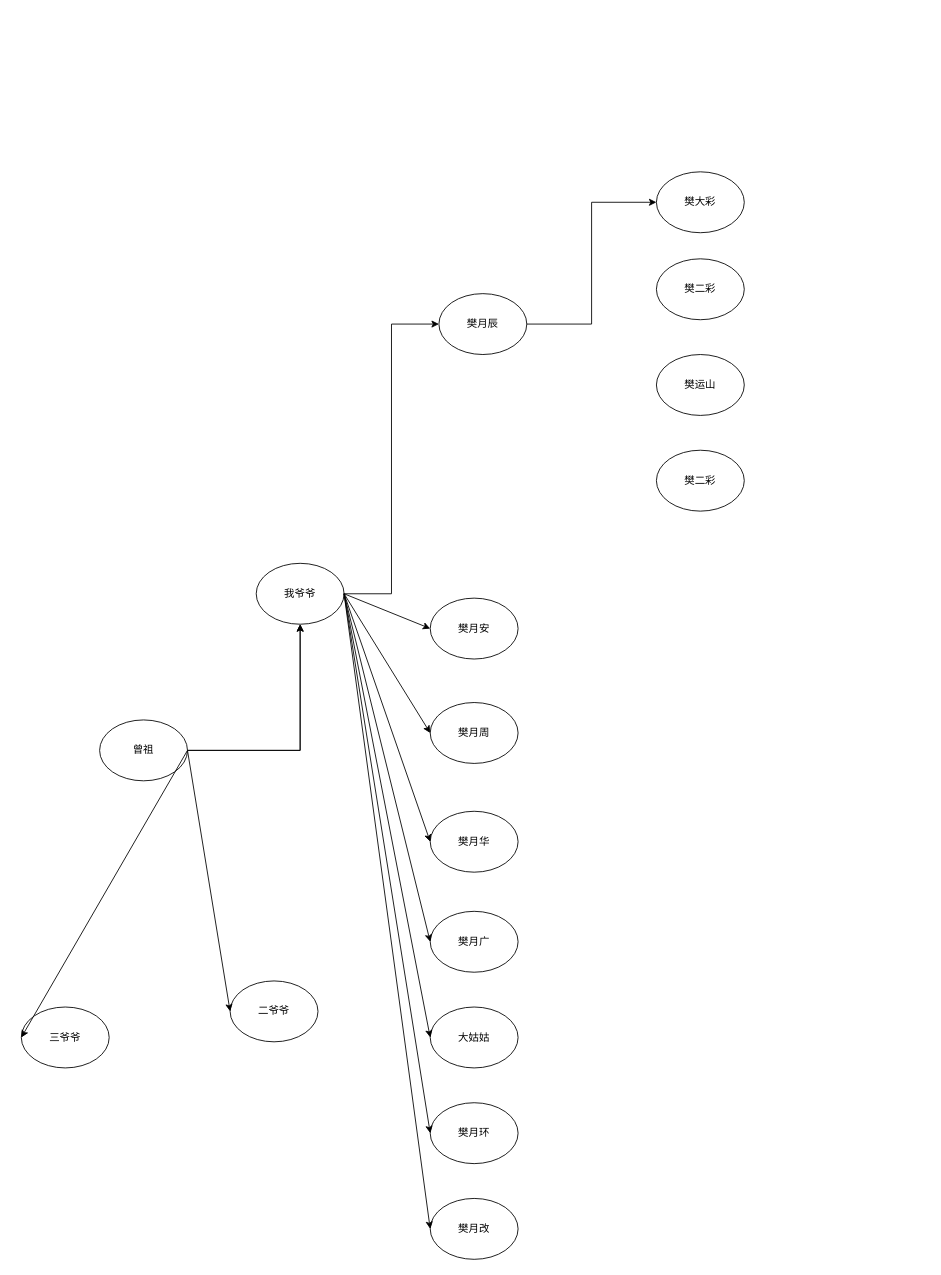
fanswm/draw-io keeps this draw.io diagram as 未命名绘图.drawio. Above is the earlier version. Source tidied: cells renumbered, new cells numbered last; positions are measured from the earlier drawing's top-left corner, leaving out a move shared by most shapes. Both pictures are drawn from the tidied source at 87%, with x=0, y=0 at pixel (21, 171).
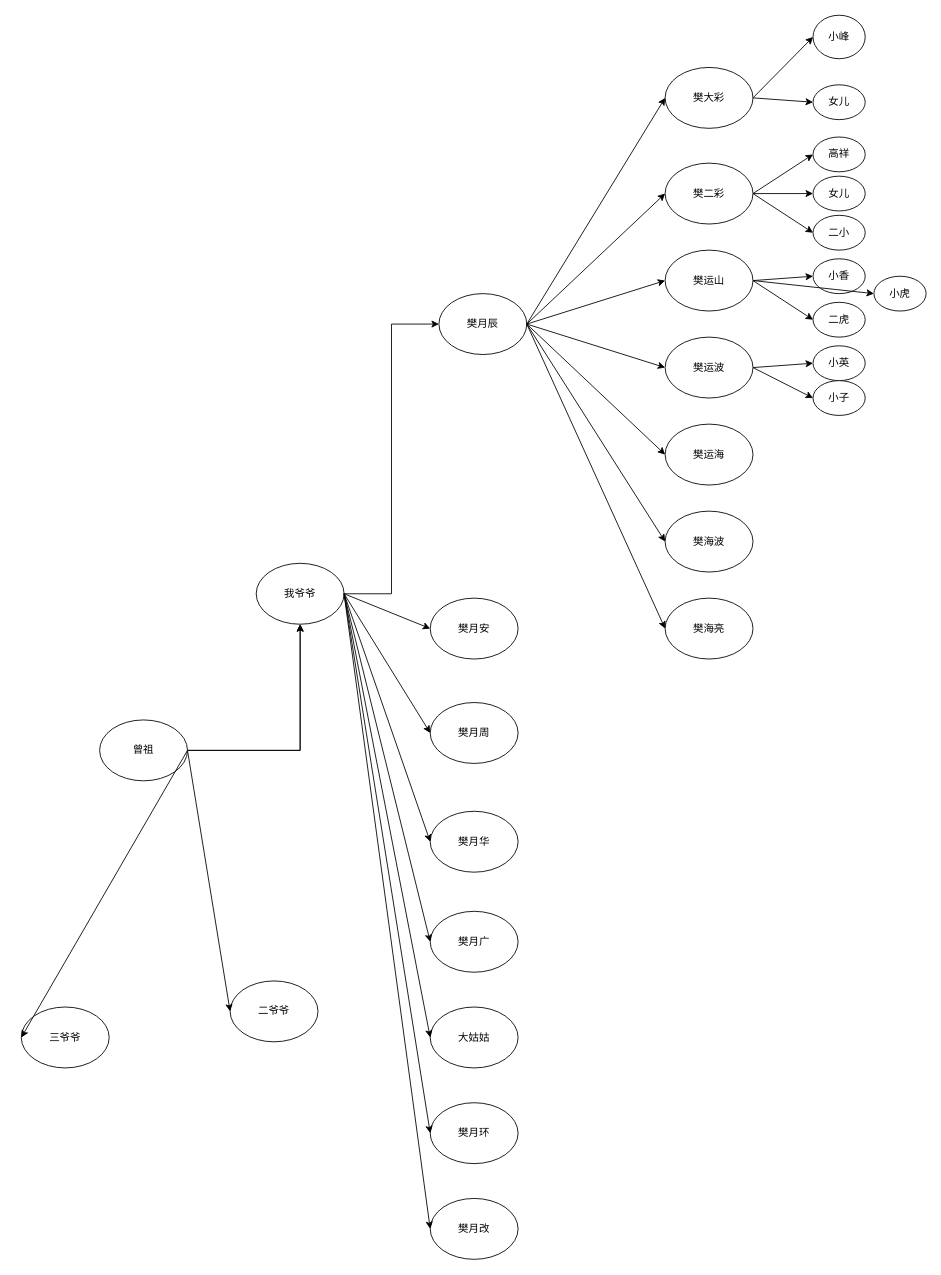
The same page after the edit.

Unchanged cells that the change refers to:
```xml
<mxCell id="12" value="樊月辰" style="ellipse;whiteSpace=wrap;html=1;rounded=0;shadow=0;comic=0;strokeWidth=1;fontFamily=Verdana;" parent="1" vertex="1">
  <mxGeometry x="480" y="140" width="101" height="70" as="geometry" />
</mxCell>
```

Diff of the diagram source:
```diff
@@
-    <mxCell id="11" style="edgeStyle=orthogonalEdgeStyle;rounded=0;jettySize=auto;html=1;entryX=0;entryY=0.5;entryDx=0;entryDy=0;" parent="1" edge="1" source="12" target="27">
-      <mxGeometry relative="1" as="geometry" />
-    </mxCell>
@@
     <mxCell id="27" value="樊大彩" style="ellipse;whiteSpace=wrap;html=1;rounded=0;shadow=0;comic=0;strokeWidth=1;fontFamily=Verdana;" parent="1" vertex="1">
-      <mxGeometry x="730" width="101" height="70" as="geometry" />
+      <mxGeometry x="740" y="-120" width="101" height="70" as="geometry" />
     </mxCell>
     <mxCell id="28" value="樊二彩" style="ellipse;whiteSpace=wrap;html=1;rounded=0;shadow=0;comic=0;strokeWidth=1;fontFamily=Verdana;" parent="1" vertex="1">
-      <mxGeometry x="730" y="100" width="101" height="70" as="geometry" />
+      <mxGeometry x="740" y="-10" width="101" height="70" as="geometry" />
     </mxCell>
     <mxCell id="29" value="樊运山" style="ellipse;whiteSpace=wrap;html=1;rounded=0;shadow=0;comic=0;strokeWidth=1;fontFamily=Verdana;" parent="1" vertex="1">
-      <mxGeometry x="730" y="210" width="101" height="70" as="geometry" />
+      <mxGeometry x="740" y="90" width="101" height="70" as="geometry" />
     </mxCell>
-    <mxCell id="30" value="樊二彩" style="ellipse;whiteSpace=wrap;html=1;rounded=0;shadow=0;comic=0;strokeWidth=1;fontFamily=Verdana;" parent="1" vertex="1">
-      <mxGeometry x="730" y="320" width="101" height="70" as="geometry" />
+    <mxCell id="30" value="樊运波" style="ellipse;whiteSpace=wrap;html=1;rounded=0;shadow=0;comic=0;strokeWidth=1;fontFamily=Verdana;" parent="1" vertex="1">
+      <mxGeometry x="740" y="190" width="101" height="70" as="geometry" />
     </mxCell>
+    <mxCell id="31" value="樊运海" style="ellipse;whiteSpace=wrap;html=1;rounded=0;shadow=0;comic=0;strokeWidth=1;fontFamily=Verdana;" parent="1" vertex="1">
+      <mxGeometry x="740" y="290" width="101" height="70" as="geometry" />
+    </mxCell>
+    <mxCell id="32" value="樊海波" style="ellipse;whiteSpace=wrap;html=1;rounded=0;shadow=0;comic=0;strokeWidth=1;fontFamily=Verdana;" parent="1" vertex="1">
+      <mxGeometry x="740" y="390" width="101" height="70" as="geometry" />
+    </mxCell>
+    <mxCell id="33" value="樊海亮" style="ellipse;whiteSpace=wrap;html=1;rounded=0;shadow=0;comic=0;strokeWidth=1;fontFamily=Verdana;" parent="1" vertex="1">
+      <mxGeometry x="740" y="490" width="101" height="70" as="geometry" />
+    </mxCell>
+    <mxCell id="34" style="endArrow=classic;html=1;rounded=0;exitX=1;exitY=0.5;exitDx=0;exitDy=0;entryX=0;entryY=0.5;entryDx=0;entryDy=0;" parent="1" edge="1" source="12" target="28">
+      <mxGeometry relative="1" as="geometry" />
+    </mxCell>
+    <mxCell id="35" style="endArrow=classic;html=1;rounded=0;exitX=1;exitY=0.5;exitDx=0;exitDy=0;entryX=0;entryY=0.5;entryDx=0;entryDy=0;" parent="1" edge="1" source="12" target="29">
+      <mxGeometry relative="1" as="geometry" />
+    </mxCell>
+    <mxCell id="11" style="endArrow=classic;html=1;rounded=0;entryX=0;entryY=0.5;entryDx=0;entryDy=0;exitX=1;exitY=0.5;exitDx=0;exitDy=0;" parent="1" edge="1" source="12" target="27">
+      <mxGeometry relative="1" as="geometry" />
+    </mxCell>
+    <mxCell id="36" style="endArrow=classic;html=1;rounded=0;exitX=1;exitY=0.5;exitDx=0;exitDy=0;entryX=0;entryY=0.5;entryDx=0;entryDy=0;" parent="1" edge="1" source="12" target="30">
+      <mxGeometry relative="1" as="geometry" />
+    </mxCell>
+    <mxCell id="37" style="endArrow=classic;html=1;rounded=0;exitX=1;exitY=0.5;exitDx=0;exitDy=0;entryX=0;entryY=0.5;entryDx=0;entryDy=0;" parent="1" edge="1" source="12" target="31">
+      <mxGeometry relative="1" as="geometry" />
+    </mxCell>
+    <mxCell id="38" style="endArrow=classic;html=1;rounded=0;exitX=1;exitY=0.5;exitDx=0;exitDy=0;entryX=0;entryY=0.5;entryDx=0;entryDy=0;" parent="1" edge="1" source="12" target="32">
+      <mxGeometry relative="1" as="geometry" />
+    </mxCell>
+    <mxCell id="39" style="endArrow=classic;html=1;rounded=0;exitX=1;exitY=0.5;exitDx=0;exitDy=0;entryX=0;entryY=0.5;entryDx=0;entryDy=0;" parent="1" edge="1" source="12" target="33">
+      <mxGeometry relative="1" as="geometry" />
+    </mxCell>
+    <mxCell id="40" value="小峰" style="ellipse;whiteSpace=wrap;html=1;rounded=0;shadow=0;comic=0;strokeWidth=1;fontFamily=Verdana;" parent="1" vertex="1">
+      <mxGeometry x="910" y="-180" width="60" height="50" as="geometry" />
+    </mxCell>
+    <mxCell id="41" value="女儿" style="ellipse;whiteSpace=wrap;html=1;rounded=0;shadow=0;comic=0;strokeWidth=1;fontFamily=Verdana;" parent="1" vertex="1">
+      <mxGeometry x="910" y="-100" width="60" height="40" as="geometry" />
+    </mxCell>
+    <mxCell id="42" style="endArrow=classic;html=1;rounded=0;exitX=1;exitY=0.5;exitDx=0;exitDy=0;entryX=0;entryY=0.5;entryDx=0;entryDy=0;" parent="1" edge="1" source="27" target="41">
+      <mxGeometry relative="1" as="geometry" />
+    </mxCell>
+    <mxCell id="43" style="endArrow=classic;html=1;rounded=0;exitX=1;exitY=0.5;exitDx=0;exitDy=0;entryX=0;entryY=0.5;entryDx=0;entryDy=0;" parent="1" edge="1" source="27" target="40">
+      <mxGeometry relative="1" as="geometry" />
+    </mxCell>
+    <mxCell id="44" style="endArrow=classic;html=1;rounded=0;exitX=1;exitY=0.5;exitDx=0;exitDy=0;entryX=0;entryY=0.5;entryDx=0;entryDy=0;" parent="1" edge="1" source="28" target="45">
+      <mxGeometry relative="1" as="geometry" />
+    </mxCell>
+    <mxCell id="45" value="高祥" style="ellipse;whiteSpace=wrap;html=1;rounded=0;shadow=0;comic=0;strokeWidth=1;fontFamily=Verdana;" parent="1" vertex="1">
+      <mxGeometry x="910" y="-40" width="60" height="40" as="geometry" />
+    </mxCell>
+    <mxCell id="46" value="女儿" style="ellipse;whiteSpace=wrap;html=1;rounded=0;shadow=0;comic=0;strokeWidth=1;fontFamily=Verdana;" parent="1" vertex="1">
+      <mxGeometry x="910" y="5" width="60" height="40" as="geometry" />
+    </mxCell>
+    <mxCell id="47" value="二小" style="ellipse;whiteSpace=wrap;html=1;rounded=0;shadow=0;comic=0;strokeWidth=1;fontFamily=Verdana;" parent="1" vertex="1">
+      <mxGeometry x="910" y="50" width="60" height="40" as="geometry" />
+    </mxCell>
+    <mxCell id="48" style="endArrow=classic;html=1;rounded=0;exitX=1;exitY=0.5;exitDx=0;exitDy=0;entryX=0;entryY=0.5;entryDx=0;entryDy=0;" parent="1" edge="1" source="28" target="46">
+      <mxGeometry relative="1" as="geometry" />
+    </mxCell>
+    <mxCell id="49" style="endArrow=classic;html=1;rounded=0;exitX=1;exitY=0.5;exitDx=0;exitDy=0;entryX=0;entryY=0.5;entryDx=0;entryDy=0;" parent="1" edge="1" source="28" target="47">
+      <mxGeometry relative="1" as="geometry" />
+    </mxCell>
+    <mxCell id="50" value="小香" style="ellipse;whiteSpace=wrap;html=1;rounded=0;shadow=0;comic=0;strokeWidth=1;fontFamily=Verdana;" parent="1" vertex="1">
+      <mxGeometry x="910" y="100" width="60" height="40" as="geometry" />
+    </mxCell>
+    <mxCell id="51" value="二虎" style="ellipse;whiteSpace=wrap;html=1;rounded=0;shadow=0;comic=0;strokeWidth=1;fontFamily=Verdana;" parent="1" vertex="1">
+      <mxGeometry x="910" y="150" width="60" height="40" as="geometry" />
+    </mxCell>
+    <mxCell id="52" value="小虎" style="ellipse;whiteSpace=wrap;html=1;rounded=0;shadow=0;comic=0;strokeWidth=1;fontFamily=Verdana;" parent="1" vertex="1">
+      <mxGeometry x="980" y="120" width="60" height="40" as="geometry" />
+    </mxCell>
+    <mxCell id="53" style="endArrow=classic;html=1;rounded=0;exitX=1;exitY=0.5;exitDx=0;exitDy=0;entryX=0;entryY=0.5;entryDx=0;entryDy=0;" parent="1" edge="1" source="29" target="50">
+      <mxGeometry relative="1" as="geometry" />
+    </mxCell>
+    <mxCell id="54" style="endArrow=classic;html=1;rounded=0;exitX=1;exitY=0.5;exitDx=0;exitDy=0;entryX=0;entryY=0.5;entryDx=0;entryDy=0;" parent="1" edge="1" source="29" target="52">
+      <mxGeometry relative="1" as="geometry" />
+    </mxCell>
+    <mxCell id="55" style="endArrow=classic;html=1;rounded=0;exitX=1;exitY=0.5;exitDx=0;exitDy=0;entryX=0;entryY=0.5;entryDx=0;entryDy=0;" parent="1" edge="1" source="29" target="51">
+      <mxGeometry relative="1" as="geometry" />
+    </mxCell>
+    <mxCell id="56" value="小英" style="ellipse;whiteSpace=wrap;html=1;rounded=0;shadow=0;comic=0;strokeWidth=1;fontFamily=Verdana;" parent="1" vertex="1">
+      <mxGeometry x="910" y="200" width="60" height="40" as="geometry" />
+    </mxCell>
+    <mxCell id="57" value="小子" style="ellipse;whiteSpace=wrap;html=1;rounded=0;shadow=0;comic=0;strokeWidth=1;fontFamily=Verdana;" parent="1" vertex="1">
+      <mxGeometry x="910" y="240" width="60" height="40" as="geometry" />
+    </mxCell>
+    <mxCell id="58" style="endArrow=classic;html=1;rounded=0;exitX=1;exitY=0.5;exitDx=0;exitDy=0;entryX=0;entryY=0.5;entryDx=0;entryDy=0;" parent="1" edge="1" source="30" target="56">
+      <mxGeometry relative="1" as="geometry" />
+    </mxCell>
+    <mxCell id="59" style="endArrow=classic;html=1;rounded=0;exitX=1;exitY=0.5;exitDx=0;exitDy=0;entryX=0;entryY=0.5;entryDx=0;entryDy=0;" parent="1" edge="1" source="30" target="57">
+      <mxGeometry relative="1" as="geometry" />
+    </mxCell>
```
